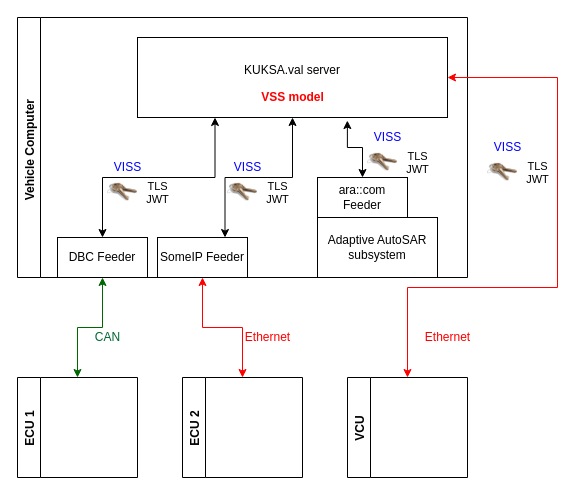
Earlier version of the draw.io diagram KUKSA.val feeders.drawio (SebastianSchildt/drawioplaygorund). Source tidied: cells renumbered, new cells numbered last; positions are measured from the earlier drawing's top-left corner, leaving out a move shared by most shapes. Both pictures are drawn from the tidied source at 100%, with x=0, y=0 at pixel (17, 17).
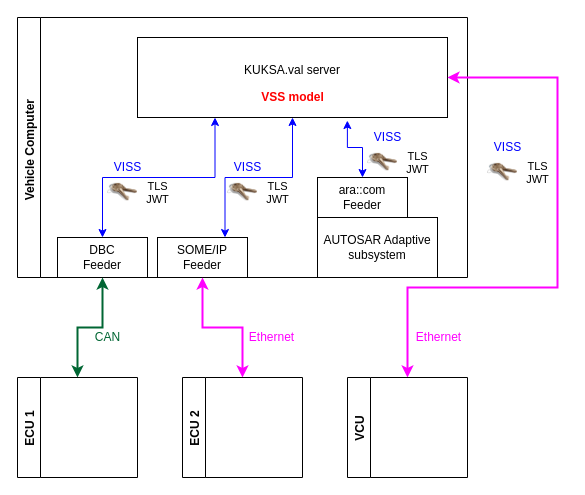
The same page after the edit.

The change refers to these unchanged cells:
```xml
<mxCell id="2" value="Vehicle Computer " style="swimlane;horizontal=0;" parent="1" vertex="1">
  <mxGeometry width="450" height="260" as="geometry" />
</mxCell>
<mxCell id="16" value="&lt;font color=&quot;#000000&quot;&gt;KUKSA.val server&lt;br&gt;&lt;br&gt;&lt;/font&gt;" style="rounded=0;whiteSpace=wrap;html=1;fontColor=#FF0000;" parent="15" vertex="1">
  <mxGeometry width="310" height="80" as="geometry" />
</mxCell>
<mxCell id="20" value="ara::com Feeder" style="rounded=0;whiteSpace=wrap;html=1;fontColor=#000000;" parent="2" vertex="1">
  <mxGeometry x="300" y="160" width="90" height="40" as="geometry" />
</mxCell>
<mxCell id="26" value="ECU 1" style="swimlane;horizontal=0;" parent="1" vertex="1">
  <mxGeometry y="360" width="120" height="100" as="geometry" />
</mxCell>
<mxCell id="29" value="ECU 2" style="swimlane;horizontal=0;" parent="1" vertex="1">
  <mxGeometry x="165" y="360" width="120" height="100" as="geometry" />
</mxCell>
<mxCell id="32" value="VCU" style="swimlane;horizontal=0;" parent="1" vertex="1">
  <mxGeometry x="330" y="360" width="120" height="100" as="geometry" />
</mxCell>
```

Change to the diagram source:
```diff
@@
-    <mxCell id="3" style="edgeStyle=orthogonalEdgeStyle;rounded=0;jettySize=auto;html=1;exitX=0.5;exitY=0;exitDx=0;exitDy=0;entryX=0.25;entryY=1;entryDx=0;entryDy=0;fontColor=#000000;startArrow=classic;startFill=1;endArrow=classic;endFill=1;strokeColor=#000000;" parent="2" edge="1" source="4" target="16">
+    <mxCell id="3" style="edgeStyle=orthogonalEdgeStyle;rounded=0;jettySize=auto;html=1;exitX=0.5;exitY=0;exitDx=0;exitDy=0;entryX=0.25;entryY=1;entryDx=0;entryDy=0;fontColor=#000000;startArrow=classic;startFill=1;endArrow=classic;endFill=1;strokeColor=#0000FF;" parent="2" edge="1" source="4" target="16">
       <mxGeometry relative="1" as="geometry">
         <Array as="points">
           <mxPoint x="85" y="160" />
           <mxPoint x="198" y="160" />
         </Array>
       </mxGeometry>
     </mxCell>
-    <mxCell id="4" value="DBC Feeder" style="rounded=0;whiteSpace=wrap;html=1;fontColor=#000000;" parent="2" vertex="1">
+    <mxCell id="4" value="DBC &lt;br&gt;Feeder" style="rounded=0;whiteSpace=wrap;html=1;fontColor=#000000;" parent="2" vertex="1">
       <mxGeometry x="40" y="220" width="90" height="40" as="geometry" />
     </mxCell>
@@
-    <mxCell id="9" style="edgeStyle=orthogonalEdgeStyle;rounded=0;jettySize=auto;html=1;exitX=0.75;exitY=0;exitDx=0;exitDy=0;entryX=0.5;entryY=1;entryDx=0;entryDy=0;fontColor=#FF0000;startArrow=classic;startFill=1;endArrow=classic;endFill=1;strokeColor=#000000;" parent="2" edge="1" source="10" target="16">
+    <mxCell id="9" style="edgeStyle=orthogonalEdgeStyle;rounded=0;jettySize=auto;html=1;exitX=0.75;exitY=0;exitDx=0;exitDy=0;entryX=0.5;entryY=1;entryDx=0;entryDy=0;fontColor=#FF0000;startArrow=classic;startFill=1;endArrow=classic;endFill=1;strokeColor=#0000FF;" parent="2" edge="1" source="10" target="16">
       <mxGeometry relative="1" as="geometry">
         <Array as="points">
           <mxPoint x="208" y="160" />
           <mxPoint x="275" y="160" />
         </Array>
       </mxGeometry>
     </mxCell>
-    <mxCell id="10" value="SomeIP Feeder" style="rounded=0;whiteSpace=wrap;html=1;fontColor=#000000;" parent="2" vertex="1">
+    <mxCell id="10" value="SOME/IP Feeder" style="rounded=0;whiteSpace=wrap;html=1;fontColor=#000000;" parent="2" vertex="1">
       <mxGeometry x="140" y="220" width="90" height="40" as="geometry" />
     </mxCell>
@@
-    <mxCell id="18" value="Adaptive AutoSAR&lt;br&gt;subsystem" style="rounded=0;whiteSpace=wrap;html=1;fontColor=#000000;" parent="2" vertex="1">
+    <mxCell id="18" value="AUTOSAR Adaptive&lt;br&gt;subsystem" style="rounded=0;whiteSpace=wrap;html=1;fontColor=#000000;" parent="2" vertex="1">
       <mxGeometry x="300" y="200" width="120" height="60" as="geometry" />
     </mxCell>
-    <mxCell id="19" style="edgeStyle=orthogonalEdgeStyle;rounded=0;jettySize=auto;html=1;exitX=0.5;exitY=0;exitDx=0;exitDy=0;entryX=0.677;entryY=1.038;entryDx=0;entryDy=0;fontColor=#000000;startArrow=classic;startFill=1;endArrow=classic;endFill=1;strokeColor=#000000;entryPerimeter=0;" parent="2" edge="1" source="20" target="16">
+    <mxCell id="19" style="edgeStyle=orthogonalEdgeStyle;rounded=0;jettySize=auto;html=1;exitX=0.5;exitY=0;exitDx=0;exitDy=0;entryX=0.677;entryY=1.038;entryDx=0;entryDy=0;fontColor=#000000;startArrow=classic;startFill=1;endArrow=classic;endFill=1;strokeColor=#0000FF;entryPerimeter=0;" parent="2" edge="1" source="20" target="16">
       <mxGeometry relative="1" as="geometry" />
     </mxCell>
@@
-    <mxCell id="25" style="edgeStyle=orthogonalEdgeStyle;rounded=0;jettySize=auto;html=1;exitX=0.5;exitY=0;exitDx=0;exitDy=0;endArrow=classic;endFill=1;startArrow=classic;startFill=1;fillColor=#d5e8d4;strokeColor=#006600;" parent="1" edge="1" source="26" target="4">
+    <mxCell id="25" style="edgeStyle=orthogonalEdgeStyle;rounded=0;jettySize=auto;html=1;exitX=0.5;exitY=0;exitDx=0;exitDy=0;endArrow=classic;endFill=1;startArrow=classic;startFill=1;fillColor=#d5e8d4;strokeColor=#006633;strokeWidth=2;" parent="1" edge="1" source="26" target="4">
       <mxGeometry relative="1" as="geometry" />
     </mxCell>
@@
-    <mxCell id="28" style="edgeStyle=orthogonalEdgeStyle;rounded=0;jettySize=auto;html=1;exitX=0.5;exitY=0;exitDx=0;exitDy=0;fontColor=#000000;startArrow=classic;startFill=1;endArrow=classic;endFill=1;strokeColor=#FF0000;entryX=0.5;entryY=1;entryDx=0;entryDy=0;" parent="1" edge="1" source="29" target="10">
+    <mxCell id="28" style="edgeStyle=orthogonalEdgeStyle;rounded=0;jettySize=auto;html=1;exitX=0.5;exitY=0;exitDx=0;exitDy=0;fontColor=#000000;startArrow=classic;startFill=1;endArrow=classic;endFill=1;strokeColor=#FF00FF;entryX=0.5;entryY=1;entryDx=0;entryDy=0;strokeWidth=2;jumpSize=6;" parent="1" edge="1" source="29" target="10">
       <mxGeometry relative="1" as="geometry" />
     </mxCell>
@@
-    <mxCell id="30" value="&lt;font color=&quot;#ff0000&quot;&gt;Ethernet&lt;/font&gt;" style="text;html=1;align=center;verticalAlign=middle;strokeColor=none;fillColor=none;fontColor=#000000;" parent="1" vertex="1">
-      <mxGeometry x="220" y="310" width="60" height="20" as="geometry" />
+    <mxCell id="30" value="&lt;font color=&quot;#ff00ff&quot;&gt;Ethernet&lt;/font&gt;" style="text;html=1;align=center;verticalAlign=middle;strokeColor=none;fillColor=none;fontColor=#000000;" parent="1" vertex="1">
+      <mxGeometry x="224" y="310" width="60" height="20" as="geometry" />
     </mxCell>
-    <mxCell id="31" style="edgeStyle=orthogonalEdgeStyle;rounded=0;jettySize=auto;html=1;exitX=0.5;exitY=0;exitDx=0;exitDy=0;entryX=1;entryY=0.5;entryDx=0;entryDy=0;fontColor=#000000;startArrow=classic;startFill=1;endArrow=classic;endFill=1;strokeColor=#FF0000;elbow=vertical;" parent="1" edge="1" source="32" target="16">
+    <mxCell id="31" style="edgeStyle=orthogonalEdgeStyle;rounded=0;jettySize=auto;html=1;exitX=0.5;exitY=0;exitDx=0;exitDy=0;entryX=1;entryY=0.5;entryDx=0;entryDy=0;fontColor=#000000;startArrow=classic;startFill=1;endArrow=classic;endFill=1;strokeColor=#FF00FF;elbow=vertical;strokeWidth=2;" parent="1" edge="1" source="32" target="16">
       <mxGeometry relative="1" as="geometry">
         <Array as="points">
           <mxPoint x="390" y="270" />
           <mxPoint x="540" y="270" />
           <mxPoint x="540" y="60" />
         </Array>
       </mxGeometry>
     </mxCell>
@@
-    <mxCell id="33" value="&lt;font color=&quot;#ff0000&quot;&gt;Ethernet&lt;/font&gt;" style="text;html=1;align=center;verticalAlign=middle;strokeColor=none;fillColor=none;fontColor=#000000;" parent="1" vertex="1">
-      <mxGeometry x="400" y="310" width="60" height="20" as="geometry" />
+    <mxCell id="33" value="&lt;font color=&quot;#ff00ff&quot;&gt;Ethernet&lt;/font&gt;" style="text;html=1;align=center;verticalAlign=middle;strokeColor=none;fillColor=none;fontColor=#000000;" parent="1" vertex="1">
+      <mxGeometry x="391" y="310" width="60" height="20" as="geometry" />
     </mxCell>
```
